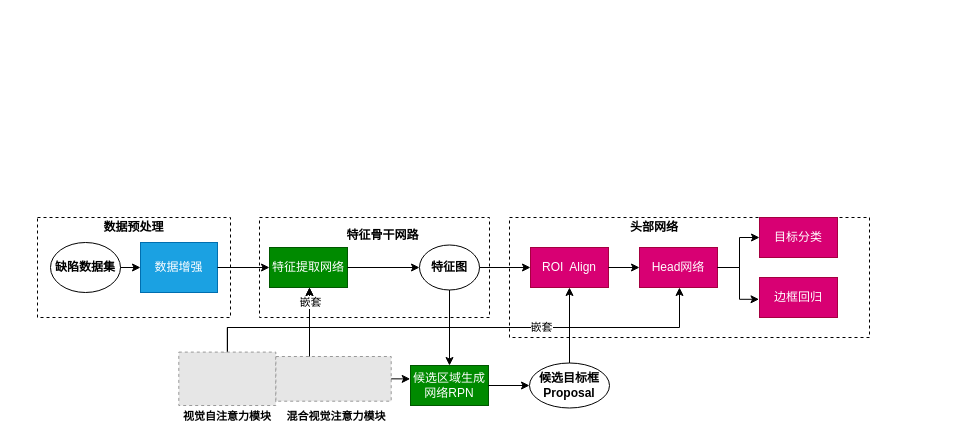
Above: 增加多分类任务的目标检测网络.drawio in paleblackless/diagrams (draw.io), before the change. Source tidied: cells renumbered, new cells numbered last; positions are measured from the earlier drawing's top-left corner, leaving out a move shared by most shapes. Both pictures are drawn from the tidied source at 100%, with x=0, y=0 at pixel (37, 217). Pictures stored in the file or linked from it are replaced by grey dashed boxes.
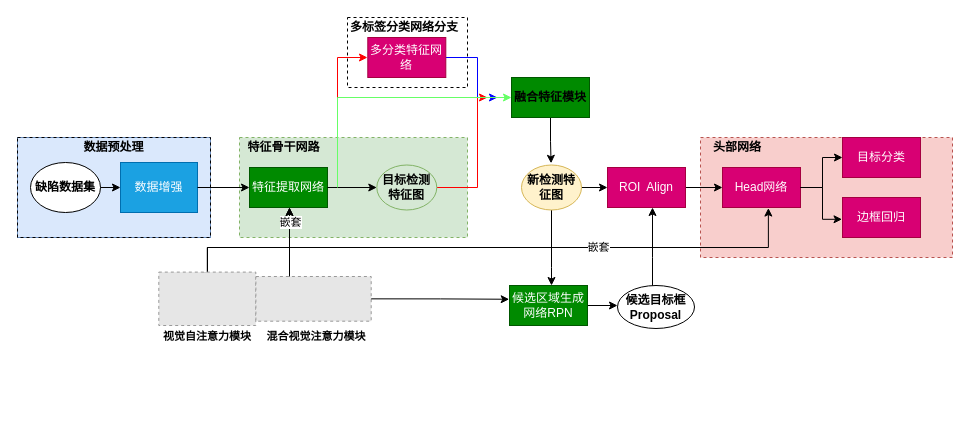
The same diagram, later.

Commit message (it also covers changes not shown here):
更新增加多分类任务的目标检测网络.drawio

The change refers to these unchanged cells:
```xml
<mxCell id="13" value="数据增强" style="rounded=0;whiteSpace=wrap;html=1;fillColor=#1ba1e2;fontColor=#ffffff;strokeColor=#006EAF;" parent="9" vertex="1">
  <mxGeometry x="103" y="25" width="77" height="50" as="geometry" />
</mxCell>
```

What changed in the source:
```diff
@@
-    <mxCell id="2" style="group;" parent="1" vertex="1">
-      <mxGeometry width="832" height="210" as="geometry" />
-    </mxCell>
+    <mxCell id="4" style="rounded=0;whiteSpace=wrap;html=1;dashed=1;fillColor=#d5e8d4;strokeColor=#82b366;" parent="1" vertex="1">
+      <mxGeometry x="202" y="-80" width="228" height="100" as="geometry" />
+    </mxCell>
+    <mxCell id="40" style="rounded=0;whiteSpace=wrap;html=1;dashed=1;fillColor=none;" parent="1" vertex="1">
+      <mxGeometry x="310" y="-200" width="120" height="70" as="geometry" />
+    </mxCell>
+    <mxCell id="41" value="&lt;b&gt;多标签分类网络分支&lt;/b&gt;" style="text;html=1;strokeColor=none;fillColor=none;align=center;verticalAlign=middle;whiteSpace=wrap;rounded=0;dashed=1;" parent="1" vertex="1">
+      <mxGeometry x="310" y="-200" width="114.3" height="20" as="geometry" />
+    </mxCell>
+    <mxCell id="42" style="endArrow=classic;html=1;rounded=0;entryX=0;entryY=0.5;entryDx=0;entryDy=0;strokeColor=#FF0000;" parent="1" edge="1">
+      <mxGeometry relative="1" as="geometry">
+        <mxPoint x="300" y="-30" as="sourcePoint" />
+        <mxPoint x="330" y="-160" as="targetPoint" />
+        <Array as="points">
+          <mxPoint x="300" y="-160" />
+        </Array>
+      </mxGeometry>
+    </mxCell>
+    <mxCell id="43" style="edgeStyle=orthogonalEdgeStyle;rounded=0;jettySize=auto;html=1;exitX=1;exitY=0.5;exitDx=0;exitDy=0;strokeColor=#0000FF;" parent="1" edge="1" source="44">
+      <mxGeometry relative="1" as="geometry">
+        <mxPoint x="460" y="-120" as="targetPoint" />
+        <Array as="points">
+          <mxPoint x="440" y="-160" />
+          <mxPoint x="440" y="-120" />
+        </Array>
+      </mxGeometry>
+    </mxCell>
+    <mxCell id="44" value="多分类特征网络" style="rounded=0;whiteSpace=wrap;html=1;fillColor=#d80073;strokeColor=#A50040;fontColor=#ffffff;" parent="1" vertex="1">
+      <mxGeometry x="330.3" y="-180" width="78" height="40" as="geometry" />
+    </mxCell>
-    <mxCell id="3" style="rounded=0;whiteSpace=wrap;html=1;dashed=1;fillColor=none;" parent="2" vertex="1">
-      <mxGeometry x="472" width="360" height="120" as="geometry" />
+    <mxCell id="3" style="rounded=0;whiteSpace=wrap;html=1;dashed=1;fillColor=#f8cecc;strokeColor=#b85450;" parent="1" vertex="1">
+      <mxGeometry x="663" y="-80" width="252" height="120" as="geometry" />
     </mxCell>
-    <mxCell id="4" style="rounded=0;whiteSpace=wrap;html=1;dashed=1;fillColor=none;" parent="2" vertex="1">
-      <mxGeometry x="222" width="230" height="100" as="geometry" />
-    </mxCell>
-    <mxCell id="5" style="edgeStyle=orthogonalEdgeStyle;rounded=0;jettySize=auto;html=1;exitX=0.449;exitY=0.008;exitDx=0;exitDy=0;exitPerimeter=0;" parent="2" edge="1" source="8">
+    <mxCell id="5" style="edgeStyle=orthogonalEdgeStyle;rounded=0;jettySize=auto;html=1;exitX=0.449;exitY=0.008;exitDx=0;exitDy=0;exitPerimeter=0;" parent="1" edge="1" source="8">
       <mxGeometry relative="1" as="geometry">
-        <mxPoint x="272" y="70" as="targetPoint" />
+        <mxPoint x="252" y="-10" as="targetPoint" />
         <Array as="points">
-          <mxPoint x="190" y="135" />
-          <mxPoint x="190" y="110" />
-          <mxPoint x="272" y="110" />
+          <mxPoint x="170" y="55" />
+          <mxPoint x="170" y="30" />
+          <mxPoint x="252" y="30" />
         </Array>
       </mxGeometry>
     </mxCell>
-    <mxCell id="6" style="edgeStyle=orthogonalEdgeStyle;rounded=0;jettySize=auto;html=1;exitX=0.5;exitY=0;exitDx=0;exitDy=0;fontSize=11;" parent="2" edge="1" source="8">
+    <mxCell id="6" style="edgeStyle=orthogonalEdgeStyle;rounded=0;jettySize=auto;html=1;exitX=0.5;exitY=0;exitDx=0;exitDy=0;fontSize=11;entryX=0.588;entryY=1.014;entryDx=0;entryDy=0;entryPerimeter=0;" parent="1" edge="1" source="8" target="33">
       <mxGeometry relative="1" as="geometry">
-        <mxPoint x="642" y="70" as="targetPoint" />
         <Array as="points">
-          <mxPoint x="190" y="110" />
-          <mxPoint x="642" y="110" />
-          <mxPoint x="642" y="70" />
+          <mxPoint x="170" y="30" />
+          <mxPoint x="730" y="30" />
+          <mxPoint x="730" y="-9" />
         </Array>
       </mxGeometry>
     </mxCell>
     <mxCell id="7" value="嵌套" style="edgeLabel;html=1;align=center;verticalAlign=middle;fontSize=11;" parent="6" vertex="1">
       <mxGeometry x="0.62" y="1" relative="1" as="geometry">
-        <mxPoint x="-81" as="offset" />
+        <mxPoint x="-91" as="offset" />
       </mxGeometry>
     </mxCell>
-    <mxCell id="8" style="fillColor=#E6E6E6;strokeColor=#999999;dashed=1;verticalLabelPosition=bottom;labelBackgroundColor=default;verticalAlign=top;" parent="2" vertex="1">
-      <mxGeometry x="141.3" y="134.6" width="97" height="53.4" as="geometry" />
+    <mxCell id="8" style="fillColor=#E6E6E6;strokeColor=#999999;dashed=1;verticalLabelPosition=bottom;labelBackgroundColor=default;verticalAlign=top;" parent="1" vertex="1">
+      <mxGeometry x="121.3" y="54.6" width="97" height="53.4" as="geometry" />
     </mxCell>
-    <mxCell id="9" style="group;" parent="2" vertex="1">
-      <mxGeometry width="193" height="100" as="geometry" />
+    <mxCell id="9" style="group;fillColor=#dae8fc;strokeColor=#6c8ebf;" parent="1" vertex="1">
+      <mxGeometry x="-20" y="-80" width="193" height="100" as="geometry" />
     </mxCell>
@@
-    <mxCell id="15" style="edgeStyle=orthogonalEdgeStyle;rounded=0;jettySize=auto;html=1;exitX=1;exitY=0.5;exitDx=0;exitDy=0;entryX=0;entryY=0.5;entryDx=0;entryDy=0;" parent="2" edge="1" source="13" target="17">
+    <mxCell id="15" style="edgeStyle=orthogonalEdgeStyle;rounded=0;jettySize=auto;html=1;exitX=1;exitY=0.5;exitDx=0;exitDy=0;entryX=0;entryY=0.5;entryDx=0;entryDy=0;" parent="1" edge="1" source="13" target="17">
       <mxGeometry relative="1" as="geometry" />
     </mxCell>
-    <mxCell id="16" value="&lt;b&gt;特征骨干网路&lt;/b&gt;" style="text;html=1;strokeColor=none;fillColor=none;align=center;verticalAlign=middle;whiteSpace=wrap;rounded=0;dashed=1;" parent="2" vertex="1">
-      <mxGeometry x="301" y="7.5" width="88.6" height="20" as="geometry" />
+    <mxCell id="16" value="&lt;b&gt;特征骨干网路&lt;/b&gt;" style="text;html=1;strokeColor=none;fillColor=none;align=center;verticalAlign=middle;whiteSpace=wrap;rounded=0;dashed=1;" parent="1" vertex="1">
+      <mxGeometry x="202" y="-80" width="88.6" height="20" as="geometry" />
     </mxCell>
-    <mxCell id="17" value="特征提取网络" style="rounded=0;whiteSpace=wrap;html=1;fillColor=#008a00;fontColor=#ffffff;strokeColor=#005700;" parent="2" vertex="1">
-      <mxGeometry x="232" y="30" width="78" height="40" as="geometry" />
+    <mxCell id="17" value="特征提取网络" style="rounded=0;whiteSpace=wrap;html=1;fillColor=#008a00;fontColor=#ffffff;strokeColor=#005700;" parent="1" vertex="1">
+      <mxGeometry x="212" y="-50" width="78" height="40" as="geometry" />
     </mxCell>
+    <mxCell id="45" style="edgeStyle=orthogonalEdgeStyle;rounded=0;jettySize=auto;html=1;strokeColor=#FF0000;" parent="1" edge="1" source="18">
+      <mxGeometry relative="1" as="geometry">
+        <mxPoint x="450" y="-120" as="targetPoint" />
+        <Array as="points">
+          <mxPoint x="440" y="-30" />
+          <mxPoint x="440" y="-120" />
+        </Array>
+      </mxGeometry>
+    </mxCell>
-    <mxCell id="18" value="&lt;b&gt;特征图&lt;/b&gt;" style="ellipse;whiteSpace=wrap;html=1;fillColor=none;" parent="2" vertex="1">
-      <mxGeometry x="382" y="27.5" width="60" height="45" as="geometry" />
+    <mxCell id="18" value="&lt;b&gt;目标检测特征图&lt;/b&gt;" style="ellipse;whiteSpace=wrap;html=1;fillColor=#d5e8d4;strokeColor=#82b366;" parent="1" vertex="1">
+      <mxGeometry x="339.3" y="-52.5" width="60" height="45" as="geometry" />
     </mxCell>
-    <mxCell id="19" style="edgeStyle=orthogonalEdgeStyle;rounded=0;jettySize=auto;html=1;exitX=1;exitY=0.5;exitDx=0;exitDy=0;" parent="2" edge="1" source="17" target="18">
+    <mxCell id="19" style="edgeStyle=orthogonalEdgeStyle;rounded=0;jettySize=auto;html=1;exitX=1;exitY=0.5;exitDx=0;exitDy=0;" parent="1" edge="1" source="17" target="18">
       <mxGeometry relative="1" as="geometry" />
     </mxCell>
-    <mxCell id="20" style="edgeStyle=orthogonalEdgeStyle;rounded=0;orthogonalLoop=1;jettySize=auto;html=1;exitX=0.5;exitY=0;exitDx=0;exitDy=0;" parent="2" edge="1">
+    <mxCell id="20" style="edgeStyle=orthogonalEdgeStyle;rounded=0;orthogonalLoop=1;jettySize=auto;html=1;exitX=0.5;exitY=0;exitDx=0;exitDy=0;" parent="1" edge="1">
       <mxGeometry relative="1" as="geometry">
-        <mxPoint x="307" y="140" as="sourcePoint" />
-        <mxPoint x="272" y="70" as="targetPoint" />
+        <mxPoint x="287" y="60" as="sourcePoint" />
+        <mxPoint x="252" y="-10" as="targetPoint" />
         <Array as="points">
-          <mxPoint x="272" y="140" />
+          <mxPoint x="252" y="60" />
         </Array>
       </mxGeometry>
     </mxCell>
@@
-    <mxCell id="22" value="&lt;font style=&quot;font-size: 11px;&quot;&gt;&lt;b&gt;视觉自注意力模块&lt;/b&gt;&lt;/font&gt;" style="text;html=1;strokeColor=none;fillColor=none;align=center;verticalAlign=middle;whiteSpace=wrap;rounded=0;" parent="2" vertex="1">
-      <mxGeometry x="124.8" y="188" width="130" height="22" as="geometry" />
+    <mxCell id="22" value="&lt;font style=&quot;font-size: 11px;&quot;&gt;&lt;b&gt;视觉自注意力模块&lt;/b&gt;&lt;/font&gt;" style="text;html=1;strokeColor=none;fillColor=none;align=center;verticalAlign=middle;whiteSpace=wrap;rounded=0;" parent="1" vertex="1">
+      <mxGeometry x="104.8" y="108" width="130" height="22" as="geometry" />
     </mxCell>
-    <mxCell id="23" style="fillColor=#E6E6E6;strokeColor=#999999;dashed=1;verticalLabelPosition=bottom;labelBackgroundColor=default;verticalAlign=top;" parent="2" vertex="1">
-      <mxGeometry x="238.4" y="139" width="115.3" height="44.7" as="geometry" />
+    <mxCell id="23" style="fillColor=#E6E6E6;strokeColor=#999999;dashed=1;verticalLabelPosition=bottom;labelBackgroundColor=default;verticalAlign=top;" parent="1" vertex="1">
+      <mxGeometry x="218.4" y="59" width="115.3" height="44.7" as="geometry" />
     </mxCell>
-    <mxCell id="24" value="&lt;font style=&quot;font-size: 11px;&quot;&gt;&lt;b&gt;混合视觉注意力模块&lt;/b&gt;&lt;/font&gt;" style="text;html=1;strokeColor=none;fillColor=none;align=center;verticalAlign=middle;whiteSpace=wrap;rounded=0;" parent="2" vertex="1">
-      <mxGeometry x="243.6" y="188" width="110" height="22" as="geometry" />
+    <mxCell id="24" value="&lt;font style=&quot;font-size: 11px;&quot;&gt;&lt;b&gt;混合视觉注意力模块&lt;/b&gt;&lt;/font&gt;" style="text;html=1;strokeColor=none;fillColor=none;align=center;verticalAlign=middle;whiteSpace=wrap;rounded=0;" parent="1" vertex="1">
+      <mxGeometry x="223.6" y="108" width="110" height="22" as="geometry" />
     </mxCell>
+    <mxCell id="46" style="edgeStyle=orthogonalEdgeStyle;rounded=0;jettySize=auto;html=1;exitX=1;exitY=0.5;exitDx=0;exitDy=0;" parent="1" edge="1" source="25">
+      <mxGeometry relative="1" as="geometry">
+        <mxPoint x="580" y="88" as="targetPoint" />
+      </mxGeometry>
+    </mxCell>
-    <mxCell id="25" value="候选区域生成网络RPN" style="rounded=0;whiteSpace=wrap;html=1;fillColor=#008a00;fontColor=#ffffff;strokeColor=#005700;" parent="2" vertex="1">
-      <mxGeometry x="373" y="148" width="78" height="40" as="geometry" />
+    <mxCell id="25" value="候选区域生成网络RPN" style="rounded=0;whiteSpace=wrap;html=1;fillColor=#008a00;fontColor=#ffffff;strokeColor=#005700;" parent="1" vertex="1">
+      <mxGeometry x="472" y="68" width="78" height="40" as="geometry" />
     </mxCell>
-    <mxCell id="26" style="edgeStyle=orthogonalEdgeStyle;rounded=0;jettySize=auto;html=1;exitX=0.5;exitY=1;exitDx=0;exitDy=0;fontSize=11;" parent="2" edge="1" source="18" target="25">
-      <mxGeometry relative="1" as="geometry" />
-    </mxCell>
-    <mxCell id="27" style="edgeStyle=orthogonalEdgeStyle;rounded=0;jettySize=auto;html=1;exitX=1;exitY=0.5;exitDx=0;exitDy=0;entryX=-0.004;entryY=0.344;entryDx=0;entryDy=0;entryPerimeter=0;fontSize=11;" parent="2" edge="1" source="23" target="25">
+    <mxCell id="27" style="edgeStyle=orthogonalEdgeStyle;rounded=0;jettySize=auto;html=1;exitX=1;exitY=0.5;exitDx=0;exitDy=0;entryX=-0.004;entryY=0.344;entryDx=0;entryDy=0;entryPerimeter=0;fontSize=11;" parent="1" edge="1" source="23" target="25">
       <mxGeometry relative="1" as="geometry" />
     </mxCell>
+    <mxCell id="32" style="edgeStyle=orthogonalEdgeStyle;rounded=0;jettySize=auto;html=1;entryX=0.577;entryY=1;entryDx=0;entryDy=0;entryPerimeter=0;" parent="1" edge="1" source="28" target="30">
+      <mxGeometry relative="1" as="geometry">
+        <Array as="points">
+          <mxPoint x="615" y="40" />
+          <mxPoint x="615" y="40" />
+        </Array>
+      </mxGeometry>
+    </mxCell>
-    <mxCell id="28" value="&lt;b&gt;候选目标框Proposal&lt;/b&gt;" style="ellipse;whiteSpace=wrap;html=1;fillColor=none;" parent="2" vertex="1">
-      <mxGeometry x="492" y="145.5" width="80" height="45" as="geometry" />
+    <mxCell id="28" value="&lt;b&gt;候选目标框Proposal&lt;/b&gt;" style="ellipse;whiteSpace=wrap;html=1;fillColor=none;" parent="1" vertex="1">
+      <mxGeometry x="580" y="68" width="77" height="43" as="geometry" />
     </mxCell>
-    <mxCell id="29" style="edgeStyle=orthogonalEdgeStyle;rounded=0;jettySize=auto;html=1;entryX=0;entryY=0.5;entryDx=0;entryDy=0;fontSize=11;" parent="2" edge="1" source="25" target="28">
-      <mxGeometry relative="1" as="geometry" />
-    </mxCell>
+    <mxCell id="34" style="edgeStyle=orthogonalEdgeStyle;rounded=0;jettySize=auto;html=1;exitX=1;exitY=0.5;exitDx=0;exitDy=0;" parent="1" edge="1" source="30" target="33">
+      <mxGeometry relative="1" as="geometry" />
+    </mxCell>
-    <mxCell id="30" value="ROI&amp;nbsp; Align" style="rounded=0;whiteSpace=wrap;html=1;fillColor=#d80073;strokeColor=#A50040;fontColor=#ffffff;" parent="2" vertex="1">
-      <mxGeometry x="493" y="30" width="78" height="40" as="geometry" />
+    <mxCell id="30" value="ROI&amp;nbsp; Align" style="rounded=0;whiteSpace=wrap;html=1;fillColor=#d80073;strokeColor=#A50040;fontColor=#ffffff;" parent="1" vertex="1">
+      <mxGeometry x="570" y="-50" width="78" height="40" as="geometry" />
     </mxCell>
-    <mxCell id="31" style="edgeStyle=orthogonalEdgeStyle;rounded=0;jettySize=auto;html=1;exitX=1;exitY=0.5;exitDx=0;exitDy=0;entryX=0;entryY=0.5;entryDx=0;entryDy=0;fontSize=11;" parent="2" edge="1" source="18" target="30">
-      <mxGeometry relative="1" as="geometry" />
-    </mxCell>
-    <mxCell id="32" style="edgeStyle=orthogonalEdgeStyle;rounded=0;jettySize=auto;html=1;exitX=0.5;exitY=0;exitDx=0;exitDy=0;entryX=0.5;entryY=1;entryDx=0;entryDy=0;fontSize=11;" parent="2" edge="1" source="28" target="30">
-      <mxGeometry relative="1" as="geometry" />
-    </mxCell>
-    <mxCell id="33" value="Head网络" style="rounded=0;whiteSpace=wrap;html=1;fillColor=#d80073;strokeColor=#A50040;fontColor=#ffffff;" parent="2" vertex="1">
-      <mxGeometry x="602" y="30" width="78" height="40" as="geometry" />
+    <mxCell id="33" value="Head网络" style="rounded=0;whiteSpace=wrap;html=1;fillColor=#d80073;strokeColor=#A50040;fontColor=#ffffff;" parent="1" vertex="1">
+      <mxGeometry x="685" y="-50" width="78" height="40" as="geometry" />
     </mxCell>
-    <mxCell id="34" style="edgeStyle=orthogonalEdgeStyle;rounded=0;jettySize=auto;html=1;entryX=0;entryY=0.5;entryDx=0;entryDy=0;fontSize=11;" parent="2" edge="1" source="30" target="33">
-      <mxGeometry relative="1" as="geometry" />
-    </mxCell>
-    <mxCell id="35" value="目标分类" style="rounded=0;whiteSpace=wrap;html=1;fillColor=#d80073;strokeColor=#A50040;fontColor=#ffffff;" parent="2" vertex="1">
-      <mxGeometry x="722" width="78" height="40" as="geometry" />
+    <mxCell id="35" value="目标分类" style="rounded=0;whiteSpace=wrap;html=1;fillColor=#d80073;strokeColor=#A50040;fontColor=#ffffff;" parent="1" vertex="1">
+      <mxGeometry x="805" y="-80" width="78" height="40" as="geometry" />
     </mxCell>
-    <mxCell id="36" style="edgeStyle=orthogonalEdgeStyle;rounded=0;jettySize=auto;html=1;exitX=1;exitY=0.5;exitDx=0;exitDy=0;entryX=0;entryY=0.5;entryDx=0;entryDy=0;fontSize=11;" parent="2" edge="1" source="33" target="35">
+    <mxCell id="36" style="edgeStyle=orthogonalEdgeStyle;rounded=0;jettySize=auto;html=1;exitX=1;exitY=0.5;exitDx=0;exitDy=0;entryX=0;entryY=0.5;entryDx=0;entryDy=0;fontSize=11;" parent="1" edge="1" source="33" target="35">
       <mxGeometry relative="1" as="geometry">
         <Array as="points">
-          <mxPoint x="702" y="50" />
-          <mxPoint x="702" y="20" />
+          <mxPoint x="785" y="-30" />
+          <mxPoint x="785" y="-60" />
         </Array>
       </mxGeometry>
     </mxCell>
-    <mxCell id="37" value="边框回归" style="rounded=0;whiteSpace=wrap;html=1;fillColor=#d80073;strokeColor=#A50040;fontColor=#ffffff;" parent="2" vertex="1">
-      <mxGeometry x="722" y="60" width="78" height="40" as="geometry" />
+    <mxCell id="37" value="边框回归" style="rounded=0;whiteSpace=wrap;html=1;fillColor=#d80073;strokeColor=#A50040;fontColor=#ffffff;" parent="1" vertex="1">
+      <mxGeometry x="805" y="-20" width="78" height="40" as="geometry" />
     </mxCell>
-    <mxCell id="38" style="edgeStyle=orthogonalEdgeStyle;rounded=0;jettySize=auto;html=1;exitX=1;exitY=0.5;exitDx=0;exitDy=0;entryX=-0.006;entryY=0.545;entryDx=0;entryDy=0;entryPerimeter=0;fontSize=11;" parent="2" edge="1" source="33" target="37">
+    <mxCell id="38" style="edgeStyle=orthogonalEdgeStyle;rounded=0;jettySize=auto;html=1;exitX=1;exitY=0.5;exitDx=0;exitDy=0;entryX=-0.006;entryY=0.545;entryDx=0;entryDy=0;entryPerimeter=0;fontSize=11;" parent="1" edge="1" source="33" target="37">
       <mxGeometry relative="1" as="geometry">
         <Array as="points">
-          <mxPoint x="702" y="50" />
-          <mxPoint x="702" y="82" />
-          <mxPoint x="721" y="82" />
+          <mxPoint x="785" y="-30" />
+          <mxPoint x="785" y="2" />
+          <mxPoint x="804" y="2" />
         </Array>
       </mxGeometry>
     </mxCell>
-    <mxCell id="39" value="&lt;b&gt;头部网络&lt;/b&gt;" style="text;html=1;strokeColor=none;fillColor=none;align=center;verticalAlign=middle;whiteSpace=wrap;rounded=0;dashed=1;" parent="2" vertex="1">
-      <mxGeometry x="582" width="70.2" height="20" as="geometry" />
+    <mxCell id="39" value="&lt;b&gt;头部网络&lt;/b&gt;" style="text;html=1;strokeColor=none;fillColor=none;align=center;verticalAlign=middle;whiteSpace=wrap;rounded=0;dashed=1;" parent="1" vertex="1">
+      <mxGeometry x="665" y="-80" width="70.2" height="20" as="geometry" />
     </mxCell>
+    <mxCell id="47" style="edgeStyle=orthogonalEdgeStyle;rounded=0;jettySize=auto;html=1;entryX=0;entryY=0.5;entryDx=0;entryDy=0;" parent="1" edge="1" source="49" target="30">
+      <mxGeometry relative="1" as="geometry" />
+    </mxCell>
+    <mxCell id="48" style="edgeStyle=orthogonalEdgeStyle;rounded=0;jettySize=auto;html=1;" parent="1" edge="1" source="49" target="25">
+      <mxGeometry relative="1" as="geometry">
+        <Array as="points">
+          <mxPoint x="514" y="50" />
+          <mxPoint x="514" y="50" />
+        </Array>
+      </mxGeometry>
+    </mxCell>
+    <mxCell id="49" value="&lt;b&gt;新检测特征图&lt;/b&gt;" style="ellipse;whiteSpace=wrap;html=1;fillColor=#fff2cc;strokeColor=#d6b656;" parent="1" vertex="1">
+      <mxGeometry x="484" y="-52.5" width="60" height="45" as="geometry" />
+    </mxCell>
+    <mxCell id="50" style="edgeStyle=orthogonalEdgeStyle;rounded=0;jettySize=auto;html=1;exitX=0.5;exitY=1;exitDx=0;exitDy=0;entryX=0.493;entryY=-0.038;entryDx=0;entryDy=0;entryPerimeter=0;" parent="1" edge="1" source="51" target="49">
+      <mxGeometry relative="1" as="geometry" />
+    </mxCell>
+    <mxCell id="51" value="&lt;b style=&quot;color: rgb(0, 0, 0);&quot;&gt;融合特征模块&lt;/b&gt;" style="rounded=0;whiteSpace=wrap;html=1;fillColor=#008a00;fontColor=#ffffff;strokeColor=#005700;" parent="1" vertex="1">
+      <mxGeometry x="474" y="-140" width="78" height="40" as="geometry" />
+    </mxCell>
+    <mxCell id="52" style="endArrow=classic;html=1;rounded=0;entryX=0;entryY=0.5;entryDx=0;entryDy=0;strokeColor=#66FF66;" parent="1" edge="1" target="51">
+      <mxGeometry relative="1" as="geometry">
+        <mxPoint x="300" y="-30" as="sourcePoint" />
+        <Array as="points">
+          <mxPoint x="300" y="-120" />
+        </Array>
+      </mxGeometry>
+    </mxCell>
+    <mxCell id="53" style="edgeStyle=orthogonalEdgeStyle;rounded=0;orthogonalLoop=1;jettySize=auto;html=1;exitX=0.5;exitY=1;exitDx=0;exitDy=0;strokeColor=#0000FF;" parent="1" edge="1" source="40" target="40">
+      <mxGeometry relative="1" as="geometry" />
+    </mxCell>
```
